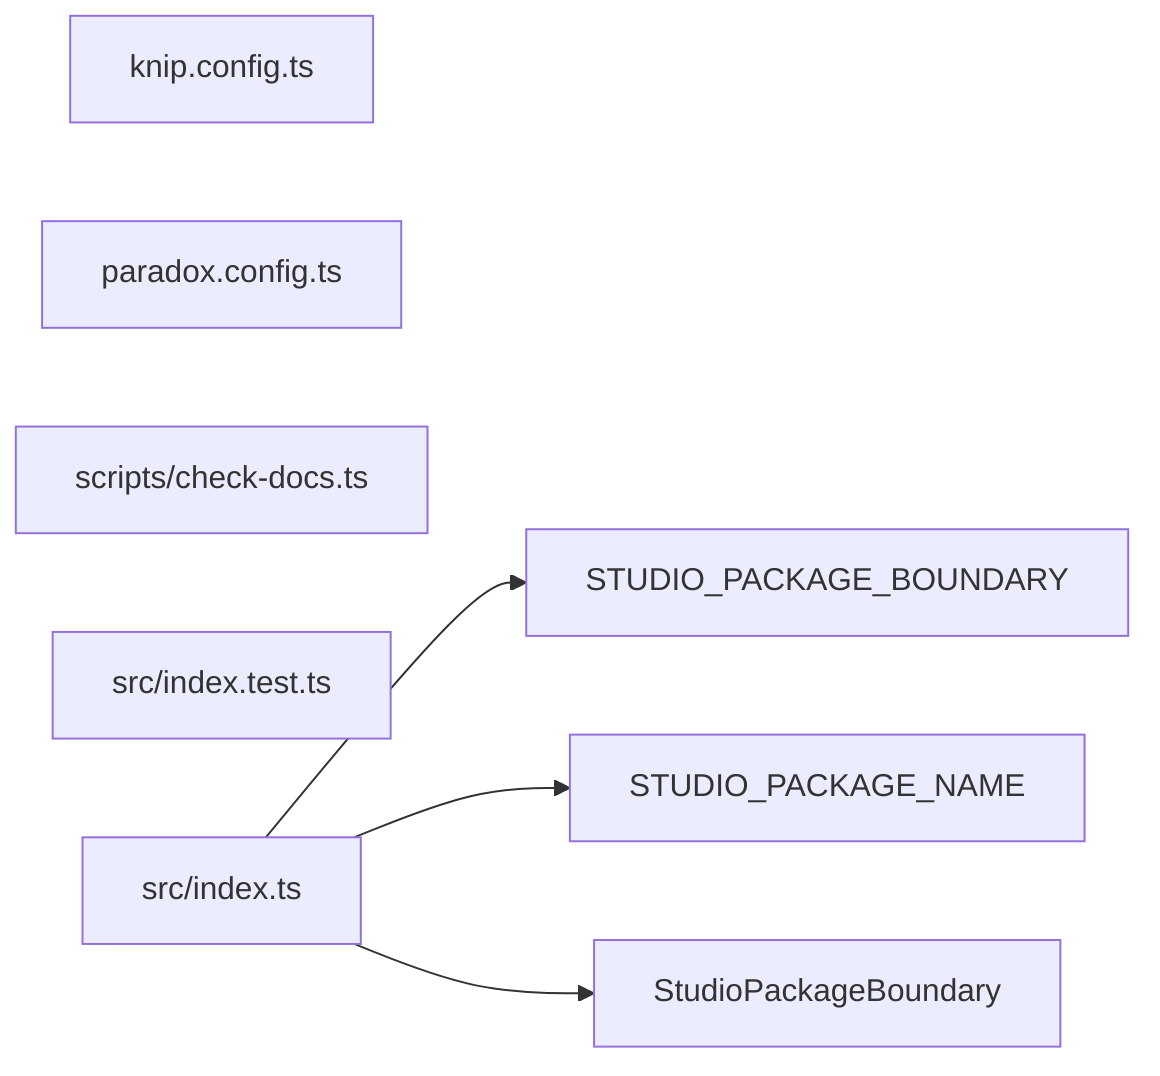
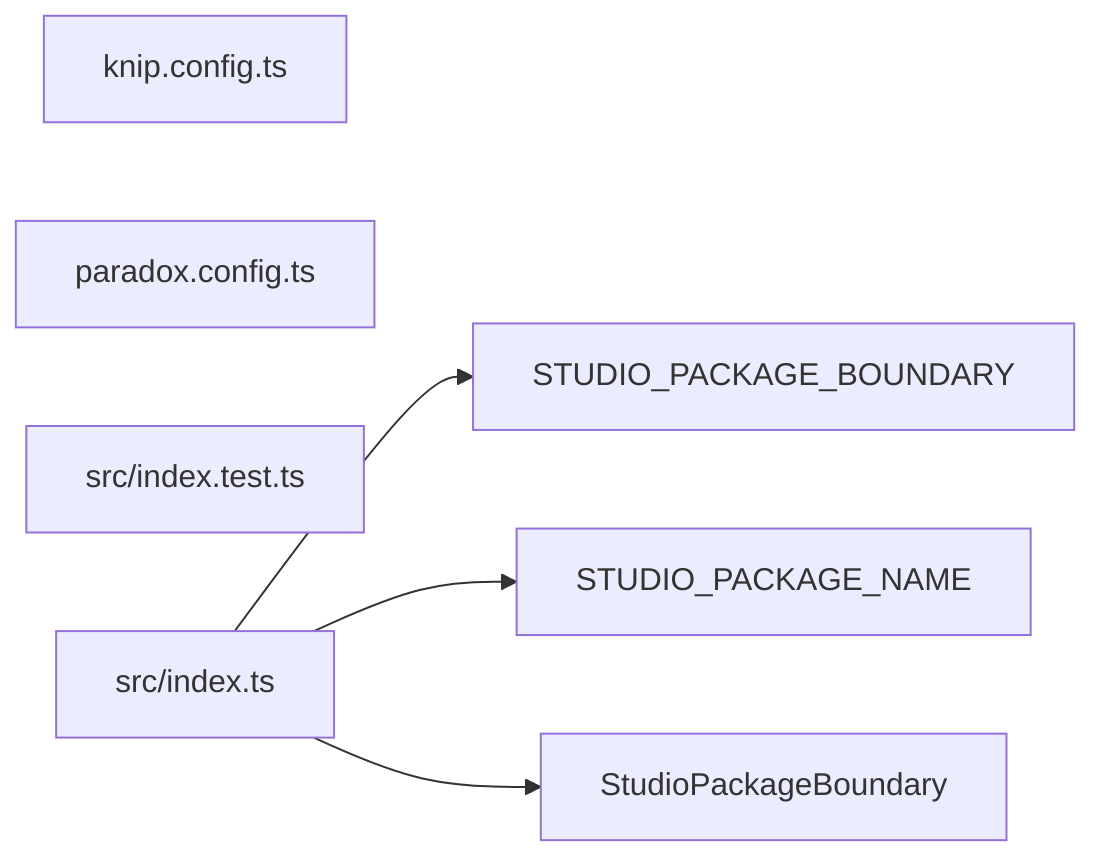
graph LR
  module_knip_config_ts["knip.config.ts"]
  module_paradox_config_ts["paradox.config.ts"]
-   module_scripts_check_docs_ts["scripts/check-docs.ts"]
  module_src_index_test_ts["src/index.test.ts"]
  module_src_index_ts["src/index.ts"]
  export_STUDIO_PACKAGE_BOUNDARY["STUDIO_PACKAGE_BOUNDARY"]
  module_src_index_ts --> export_STUDIO_PACKAGE_BOUNDARY
  export_STUDIO_PACKAGE_NAME["STUDIO_PACKAGE_NAME"]
  module_src_index_ts --> export_STUDIO_PACKAGE_NAME
  export_StudioPackageBoundary["StudioPackageBoundary"]
  module_src_index_ts --> export_StudioPackageBoundary
